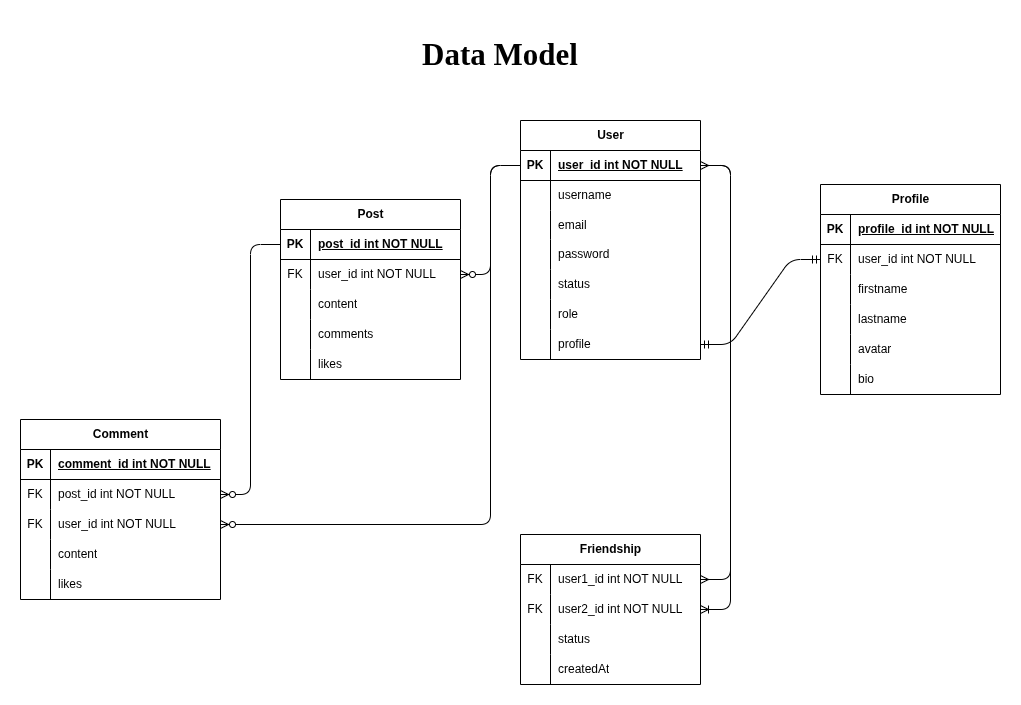
Above: __docs__/dataModel.png in marefpceo/odin-book-server (draw.io), before the change. Source tidied: cells renumbered, new cells last; positions are measured from the earlier drawing's top-left corner, leaving out a move shared by most shapes.
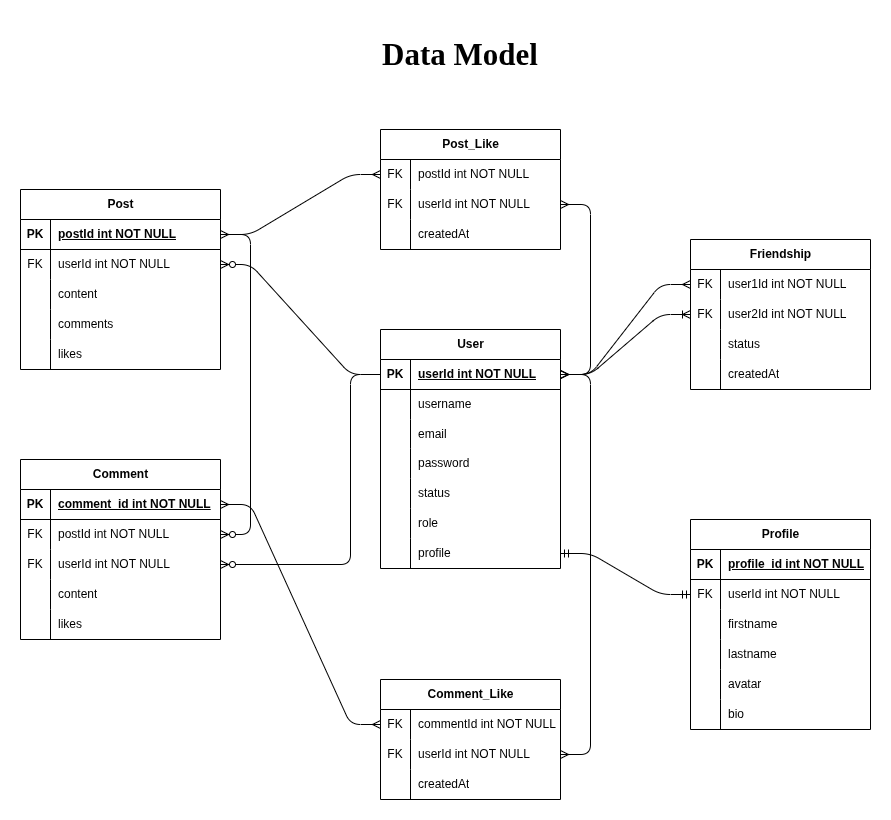
Above is the later version.

Commit message:
Updated datamodel to reflect schema

Change to the diagram source:
```diff
@@ -3,7 +3,7 @@
     <mxCell id="0" />
     <mxCell id="1" parent="0" />
     <mxCell id="2" value="User" style="shape=table;startSize=30;rowLines=0;fontStyle=1;align=center;html=1;" parent="1" vertex="1">
-      <mxGeometry x="500" y="91" width="180" height="239" as="geometry" />
+      <mxGeometry x="400" y="300" width="180" height="239" as="geometry" />
     </mxCell>
     <mxCell id="3" style="shape=tableRow;horizontal=0;startSize=0;swimlaneHead=0;swimlaneBody=0;fillColor=none;points=[[0,0.5],[1,0.5]];portConstraint=eastwest;top=0;left=0;right=0;bottom=1;" parent="2" vertex="1">
       <mxGeometry y="30" width="180" height="30" as="geometry" />
@@ -11,7 +11,7 @@
     <mxCell id="4" value="PK" style="shape=partialRectangle;fillColor=none;top=0;left=0;bottom=0;right=0;fontStyle=1;overflow=hidden;whiteSpace=wrap;html=1;" parent="3" vertex="1">
       <mxGeometry width="30" height="30" as="geometry" />
     </mxCell>
-    <mxCell id="5" value="user_id int NOT NULL" style="shape=partialRectangle;fillColor=none;top=0;left=0;bottom=0;right=0;align=left;spacingLeft=6;fontStyle=5;overflow=hidden;whiteSpace=wrap;html=1;" parent="3" vertex="1">
+    <mxCell id="5" value="userId int NOT NULL" style="shape=partialRectangle;fillColor=none;top=0;left=0;bottom=0;right=0;align=left;spacingLeft=6;fontStyle=5;overflow=hidden;whiteSpace=wrap;html=1;" parent="3" vertex="1">
       <mxGeometry x="30" width="150" height="30" as="geometry" />
     </mxCell>
     <mxCell id="6" style="shape=tableRow;horizontal=0;startSize=0;swimlaneHead=0;swimlaneBody=0;fillColor=none;top=0;left=0;right=0;bottom=0;" parent="2" vertex="1">
@@ -69,7 +69,7 @@
       <mxGeometry x="30" width="150" height="30" as="geometry" />
     </mxCell>
     <mxCell id="24" value="Profile" style="shape=table;startSize=30;rowLines=0;fontStyle=1;align=center;html=1;" parent="1" vertex="1">
-      <mxGeometry x="800" y="155" width="180" height="210" as="geometry" />
+      <mxGeometry x="710" y="490" width="180" height="210" as="geometry" />
     </mxCell>
     <mxCell id="25" style="shape=tableRow;horizontal=0;startSize=0;swimlaneHead=0;swimlaneBody=0;fillColor=none;top=0;left=0;right=0;bottom=1;" parent="24" vertex="1">
       <mxGeometry y="30" width="180" height="30" as="geometry" />
@@ -86,7 +86,7 @@
     <mxCell id="29" value="FK" style="shape=partialRectangle;fillColor=none;top=0;left=0;bottom=0;right=0;fontStyle=0;overflow=hidden;whiteSpace=wrap;html=1;" parent="28" vertex="1">
       <mxGeometry width="30" height="30" as="geometry" />
     </mxCell>
-    <mxCell id="30" value="user_id int NOT NULL" style="shape=partialRectangle;fillColor=none;top=0;left=0;bottom=0;right=0;align=left;spacingLeft=6;fontStyle=0;overflow=hidden;whiteSpace=wrap;html=1;" parent="28" vertex="1">
+    <mxCell id="30" value="userId int NOT NULL" style="shape=partialRectangle;fillColor=none;top=0;left=0;bottom=0;right=0;align=left;spacingLeft=6;fontStyle=0;overflow=hidden;whiteSpace=wrap;html=1;" parent="28" vertex="1">
       <mxGeometry x="30" width="150" height="30" as="geometry" />
     </mxCell>
     <mxCell id="31" style="shape=tableRow;horizontal=0;startSize=0;swimlaneHead=0;swimlaneBody=0;fillColor=none;top=0;left=0;right=0;bottom=0;" parent="24" vertex="1">
@@ -129,55 +129,55 @@
       <mxGeometry relative="1" as="geometry" />
     </mxCell>
     <mxCell id="44" value="Post" style="shape=table;startSize=30;rowLines=0;fontStyle=1;align=center;html=1;" parent="1" vertex="1">
-      <mxGeometry x="260" y="170" width="180" height="180" as="geometry" />
+      <mxGeometry x="40" y="160" width="200" height="180" as="geometry" />
     </mxCell>
     <mxCell id="45" style="shape=tableRow;horizontal=0;startSize=0;swimlaneHead=0;swimlaneBody=0;fillColor=none;points=[[0,0.5],[1,0.5]];portConstraint=eastwest;top=0;left=0;right=0;bottom=1;" parent="44" vertex="1">
-      <mxGeometry y="30" width="180" height="30" as="geometry" />
+      <mxGeometry y="30" width="200" height="30" as="geometry" />
     </mxCell>
     <mxCell id="46" value="PK" style="shape=partialRectangle;fillColor=none;top=0;left=0;bottom=0;right=0;fontStyle=1;overflow=hidden;whiteSpace=wrap;html=1;" parent="45" vertex="1">
       <mxGeometry width="30" height="30" as="geometry" />
     </mxCell>
-    <mxCell id="47" value="post_id int NOT NULL" style="shape=partialRectangle;fillColor=none;top=0;left=0;bottom=0;right=0;align=left;spacingLeft=6;fontStyle=5;overflow=hidden;whiteSpace=wrap;html=1;" parent="45" vertex="1">
-      <mxGeometry x="30" width="150" height="30" as="geometry" />
+    <mxCell id="47" value="postId int NOT NULL" style="shape=partialRectangle;fillColor=none;top=0;left=0;bottom=0;right=0;align=left;spacingLeft=6;fontStyle=5;overflow=hidden;whiteSpace=wrap;html=1;" parent="45" vertex="1">
+      <mxGeometry x="30" width="170" height="30" as="geometry" />
     </mxCell>
     <mxCell id="48" style="shape=tableRow;horizontal=0;startSize=0;swimlaneHead=0;swimlaneBody=0;fillColor=none;points=[[0,0.5],[1,0.5]];portConstraint=eastwest;top=0;left=0;right=0;bottom=0;" parent="44" vertex="1">
-      <mxGeometry y="60" width="180" height="30" as="geometry" />
+      <mxGeometry y="60" width="200" height="30" as="geometry" />
     </mxCell>
     <mxCell id="49" value="FK" style="shape=partialRectangle;fillColor=none;top=0;left=0;bottom=0;right=0;fontStyle=0;overflow=hidden;whiteSpace=wrap;html=1;" parent="48" vertex="1">
       <mxGeometry width="30" height="30" as="geometry" />
     </mxCell>
-    <mxCell id="50" value="user_id int NOT NULL" style="shape=partialRectangle;fillColor=none;top=0;left=0;bottom=0;right=0;align=left;spacingLeft=6;fontStyle=0;overflow=hidden;whiteSpace=wrap;html=1;" parent="48" vertex="1">
-      <mxGeometry x="30" width="150" height="30" as="geometry" />
+    <mxCell id="50" value="userId int NOT NULL" style="shape=partialRectangle;fillColor=none;top=0;left=0;bottom=0;right=0;align=left;spacingLeft=6;fontStyle=0;overflow=hidden;whiteSpace=wrap;html=1;" parent="48" vertex="1">
+      <mxGeometry x="30" width="170" height="30" as="geometry" />
     </mxCell>
     <mxCell id="51" style="shape=tableRow;horizontal=0;startSize=0;swimlaneHead=0;swimlaneBody=0;fillColor=none;top=0;left=0;right=0;bottom=0;" parent="44" vertex="1">
-      <mxGeometry y="90" width="180" height="30" as="geometry" />
+      <mxGeometry y="90" width="200" height="30" as="geometry" />
     </mxCell>
     <mxCell id="52" style="shape=partialRectangle;fillColor=none;top=0;left=0;bottom=0;right=0;overflow=hidden;whiteSpace=wrap;html=1;" parent="51" vertex="1">
       <mxGeometry width="30" height="30" as="geometry" />
     </mxCell>
     <mxCell id="53" value="content" style="shape=partialRectangle;fillColor=none;top=0;left=0;bottom=0;right=0;align=left;spacingLeft=6;overflow=hidden;whiteSpace=wrap;html=1;" parent="51" vertex="1">
-      <mxGeometry x="30" width="150" height="30" as="geometry" />
+      <mxGeometry x="30" width="170" height="30" as="geometry" />
     </mxCell>
     <mxCell id="54" style="shape=tableRow;horizontal=0;startSize=0;swimlaneHead=0;swimlaneBody=0;fillColor=none;top=0;left=0;right=0;bottom=0;" parent="44" vertex="1">
-      <mxGeometry y="120" width="180" height="30" as="geometry" />
+      <mxGeometry y="120" width="200" height="30" as="geometry" />
     </mxCell>
     <mxCell id="55" style="shape=partialRectangle;fillColor=none;top=0;left=0;bottom=0;right=0;overflow=hidden;whiteSpace=wrap;html=1;" parent="54" vertex="1">
       <mxGeometry width="30" height="30" as="geometry" />
     </mxCell>
     <mxCell id="56" value="comments" style="shape=partialRectangle;fillColor=none;top=0;left=0;bottom=0;right=0;align=left;spacingLeft=6;overflow=hidden;whiteSpace=wrap;html=1;" parent="54" vertex="1">
-      <mxGeometry x="30" width="150" height="30" as="geometry" />
+      <mxGeometry x="30" width="170" height="30" as="geometry" />
     </mxCell>
     <mxCell id="57" style="shape=tableRow;horizontal=0;startSize=0;swimlaneHead=0;swimlaneBody=0;fillColor=none;top=0;left=0;right=0;bottom=0;" parent="44" vertex="1">
-      <mxGeometry y="150" width="180" height="30" as="geometry" />
+      <mxGeometry y="150" width="200" height="30" as="geometry" />
     </mxCell>
     <mxCell id="58" style="shape=partialRectangle;fillColor=none;top=0;left=0;bottom=0;right=0;overflow=hidden;whiteSpace=wrap;html=1;" parent="57" vertex="1">
       <mxGeometry width="30" height="30" as="geometry" />
     </mxCell>
     <mxCell id="59" value="likes" style="shape=partialRectangle;fillColor=none;top=0;left=0;bottom=0;right=0;align=left;spacingLeft=6;overflow=hidden;whiteSpace=wrap;html=1;" parent="57" vertex="1">
-      <mxGeometry x="30" width="150" height="30" as="geometry" />
+      <mxGeometry x="30" width="170" height="30" as="geometry" />
     </mxCell>
     <mxCell id="60" value="Comment" style="shape=table;startSize=30;rowLines=0;fontStyle=1;align=center;html=1;" parent="1" vertex="1">
-      <mxGeometry y="390" width="200" height="180" as="geometry" />
+      <mxGeometry x="40" y="430" width="200" height="180" as="geometry" />
     </mxCell>
     <mxCell id="61" style="shape=tableRow;horizontal=0;startSize=0;swimlaneHead=0;swimlaneBody=0;fillColor=none;points=[[0,0.5],[1,0.5]];portConstraint=eastwest;top=0;left=0;right=0;bottom=1;" parent="60" vertex="1">
       <mxGeometry y="30" width="200" height="30" as="geometry" />
@@ -194,7 +194,7 @@
     <mxCell id="65" value="FK" style="shape=partialRectangle;fillColor=none;top=0;left=0;bottom=0;right=0;fontStyle=0;overflow=hidden;whiteSpace=wrap;html=1;" parent="64" vertex="1">
       <mxGeometry width="30" height="30" as="geometry" />
     </mxCell>
-    <mxCell id="66" value="post_id int NOT NULL" style="shape=partialRectangle;fillColor=none;top=0;left=0;bottom=0;right=0;align=left;spacingLeft=6;fontStyle=0;overflow=hidden;whiteSpace=wrap;html=1;" parent="64" vertex="1">
+    <mxCell id="66" value="postId int NOT NULL" style="shape=partialRectangle;fillColor=none;top=0;left=0;bottom=0;right=0;align=left;spacingLeft=6;fontStyle=0;overflow=hidden;whiteSpace=wrap;html=1;" parent="64" vertex="1">
       <mxGeometry x="30" width="170" height="30" as="geometry" />
     </mxCell>
     <mxCell id="67" style="shape=tableRow;horizontal=0;startSize=0;swimlaneHead=0;swimlaneBody=0;fillColor=none;points=[[0,0.5],[1,0.5]];portConstraint=eastwest;top=0;left=0;right=0;bottom=0;" parent="60" vertex="1">
@@ -203,7 +203,7 @@
     <mxCell id="68" value="FK" style="shape=partialRectangle;fillColor=none;top=0;left=0;bottom=0;right=0;overflow=hidden;whiteSpace=wrap;html=1;" parent="67" vertex="1">
       <mxGeometry width="30" height="30" as="geometry" />
     </mxCell>
-    <mxCell id="69" value="user_id int NOT NULL" style="shape=partialRectangle;fillColor=none;top=0;left=0;bottom=0;right=0;align=left;spacingLeft=6;overflow=hidden;whiteSpace=wrap;html=1;" parent="67" vertex="1">
+    <mxCell id="69" value="userId int NOT NULL" style="shape=partialRectangle;fillColor=none;top=0;left=0;bottom=0;right=0;align=left;spacingLeft=6;overflow=hidden;whiteSpace=wrap;html=1;" parent="67" vertex="1">
       <mxGeometry x="30" width="170" height="30" as="geometry" />
     </mxCell>
     <mxCell id="70" style="shape=tableRow;horizontal=0;startSize=0;swimlaneHead=0;swimlaneBody=0;fillColor=none;top=0;left=0;right=0;bottom=0;" parent="60" vertex="1">
@@ -225,7 +225,7 @@
       <mxGeometry x="30" width="170" height="30" as="geometry" />
     </mxCell>
     <mxCell id="76" value="Friendship" style="shape=table;startSize=30;rowLines=0;fontStyle=1;align=center;html=1;" parent="1" vertex="1">
-      <mxGeometry x="500" y="505" width="180" height="150" as="geometry" />
+      <mxGeometry x="710" y="210" width="180" height="150" as="geometry" />
     </mxCell>
     <mxCell id="77" style="shape=tableRow;horizontal=0;startSize=0;swimlaneHead=0;swimlaneBody=0;fillColor=none;points=[[0,0.5],[1,0.5]];portConstraint=eastwest;top=0;left=0;right=0;bottom=0;" parent="76" vertex="1">
       <mxGeometry y="30" width="180" height="30" as="geometry" />
@@ -233,7 +233,7 @@
     <mxCell id="78" value="FK" style="shape=partialRectangle;fillColor=none;top=0;left=0;bottom=0;right=0;fontStyle=0;overflow=hidden;whiteSpace=wrap;html=1;" parent="77" vertex="1">
       <mxGeometry width="30" height="30" as="geometry" />
     </mxCell>
-    <mxCell id="79" value="user1_id int NOT NULL" style="shape=partialRectangle;fillColor=none;top=0;left=0;bottom=0;right=0;align=left;spacingLeft=6;fontStyle=0;overflow=hidden;whiteSpace=wrap;html=1;" parent="77" vertex="1">
+    <mxCell id="79" value="user1Id int NOT NULL" style="shape=partialRectangle;fillColor=none;top=0;left=0;bottom=0;right=0;align=left;spacingLeft=6;fontStyle=0;overflow=hidden;whiteSpace=wrap;html=1;" parent="77" vertex="1">
       <mxGeometry x="30" width="150" height="30" as="geometry" />
     </mxCell>
     <mxCell id="80" style="shape=tableRow;horizontal=0;startSize=0;swimlaneHead=0;swimlaneBody=0;fillColor=none;points=[[0,0.5],[1,0.5]];portConstraint=eastwest;top=0;left=0;right=0;bottom=0;" parent="76" vertex="1">
@@ -242,7 +242,7 @@
     <mxCell id="81" value="FK" style="shape=partialRectangle;fillColor=none;top=0;left=0;bottom=0;right=0;fontStyle=0;overflow=hidden;whiteSpace=wrap;html=1;" parent="80" vertex="1">
       <mxGeometry width="30" height="30" as="geometry" />
     </mxCell>
-    <mxCell id="82" value="user2_id int NOT NULL" style="shape=partialRectangle;fillColor=none;top=0;left=0;bottom=0;right=0;align=left;spacingLeft=6;fontStyle=0;overflow=hidden;whiteSpace=wrap;html=1;" parent="80" vertex="1">
+    <mxCell id="82" value="user2Id int NOT NULL" style="shape=partialRectangle;fillColor=none;top=0;left=0;bottom=0;right=0;align=left;spacingLeft=6;fontStyle=0;overflow=hidden;whiteSpace=wrap;html=1;" parent="80" vertex="1">
       <mxGeometry x="30" width="150" height="30" as="geometry" />
     </mxCell>
     <mxCell id="83" style="shape=tableRow;horizontal=0;startSize=0;swimlaneHead=0;swimlaneBody=0;fillColor=none;top=0;left=0;right=0;bottom=0;" parent="76" vertex="1">
@@ -272,30 +272,119 @@
     <mxCell id="91" style="edgeStyle=entityRelationEdgeStyle;fontSize=12;html=1;endArrow=ERmany;startArrow=ERmany;" parent="1" edge="1" source="77" target="3">
       <mxGeometry relative="1" as="geometry">
         <Array as="points">
-          <mxPoint x="620" y="420" />
-          <mxPoint x="660" y="420" />
-          <mxPoint x="740" y="410" />
+          <mxPoint x="520" y="450" />
+          <mxPoint x="560" y="450" />
+          <mxPoint x="640" y="440" />
         </Array>
       </mxGeometry>
     </mxCell>
     <mxCell id="92" style="edgeStyle=entityRelationEdgeStyle;fontSize=12;html=1;endArrow=ERoneToMany;" parent="1" edge="1" source="3" target="80">
       <mxGeometry relative="1" as="geometry">
         <Array as="points">
-          <mxPoint x="365" y="496" />
-          <mxPoint x="330" y="506" />
-          <mxPoint x="375" y="466" />
+          <mxPoint x="265" y="526" />
+          <mxPoint x="230" y="536" />
+          <mxPoint x="275" y="496" />
         </Array>
       </mxGeometry>
     </mxCell>
     <mxCell id="93" style="edgeStyle=elbowEdgeStyle;fontSize=12;html=1;endArrow=ERzeroToMany;endFill=1;jumpStyle=none;strokeColor=default;" parent="1" edge="1" source="3" target="67">
       <mxGeometry relative="1" as="geometry">
         <Array as="points">
-          <mxPoint x="470" y="390" />
+          <mxPoint x="370" y="420" />
         </Array>
       </mxGeometry>
     </mxCell>
     <mxCell id="94" value="&lt;h1&gt;&lt;font face=&quot;Comic Sans MS&quot; style=&quot;font-size: 31px;&quot;&gt;&lt;b style=&quot;&quot;&gt;Data Model&lt;/b&gt;&lt;/font&gt;&lt;/h1&gt;" style="text;html=1;align=center;verticalAlign=middle;whiteSpace=wrap;rounded=0;" parent="1" vertex="1">
       <mxGeometry x="360" width="240" height="50" as="geometry" />
     </mxCell>
+    <mxCell id="95" value="Post_Like" style="shape=table;startSize=30;rowLines=0;fontStyle=1;align=center;html=1;" parent="1" vertex="1">
+      <mxGeometry x="400" y="100" width="180" height="120" as="geometry" />
+    </mxCell>
+    <mxCell id="96" style="shape=tableRow;horizontal=0;startSize=0;swimlaneHead=0;swimlaneBody=0;fillColor=none;points=[[0,0.5],[1,0.5]];portConstraint=eastwest;top=0;left=0;right=0;bottom=0;" parent="95" vertex="1">
+      <mxGeometry y="30" width="180" height="30" as="geometry" />
+    </mxCell>
+    <mxCell id="97" value="FK" style="shape=partialRectangle;fillColor=none;top=0;left=0;bottom=0;right=0;fontStyle=0;overflow=hidden;whiteSpace=wrap;html=1;" parent="96" vertex="1">
+      <mxGeometry width="30" height="30" as="geometry" />
+    </mxCell>
+    <mxCell id="98" value="postId int NOT NULL" style="shape=partialRectangle;fillColor=none;top=0;left=0;bottom=0;right=0;align=left;spacingLeft=6;fontStyle=0;overflow=hidden;whiteSpace=wrap;html=1;" parent="96" vertex="1">
+      <mxGeometry x="30" width="150" height="30" as="geometry" />
+    </mxCell>
+    <mxCell id="99" style="shape=tableRow;horizontal=0;startSize=0;swimlaneHead=0;swimlaneBody=0;fillColor=none;points=[[0,0.5],[1,0.5]];portConstraint=eastwest;top=0;left=0;right=0;bottom=0;" parent="95" vertex="1">
+      <mxGeometry y="60" width="180" height="30" as="geometry" />
+    </mxCell>
+    <mxCell id="100" value="FK" style="shape=partialRectangle;fillColor=none;top=0;left=0;bottom=0;right=0;fontStyle=0;overflow=hidden;whiteSpace=wrap;html=1;" parent="99" vertex="1">
+      <mxGeometry width="30" height="30" as="geometry" />
+    </mxCell>
+    <mxCell id="101" value="userId int NOT NULL" style="shape=partialRectangle;fillColor=none;top=0;left=0;bottom=0;right=0;align=left;spacingLeft=6;fontStyle=0;overflow=hidden;whiteSpace=wrap;html=1;" parent="99" vertex="1">
+      <mxGeometry x="30" width="150" height="30" as="geometry" />
+    </mxCell>
+    <mxCell id="102" style="shape=tableRow;horizontal=0;startSize=0;swimlaneHead=0;swimlaneBody=0;fillColor=none;top=0;left=0;right=0;bottom=0;" parent="95" vertex="1">
+      <mxGeometry y="90" width="180" height="30" as="geometry" />
+    </mxCell>
+    <mxCell id="103" style="shape=partialRectangle;fillColor=none;top=0;left=0;bottom=0;right=0;overflow=hidden;whiteSpace=wrap;html=1;" parent="102" vertex="1">
+      <mxGeometry width="30" height="30" as="geometry" />
+    </mxCell>
+    <mxCell id="104" value="createdAt" style="shape=partialRectangle;fillColor=none;top=0;left=0;bottom=0;right=0;align=left;spacingLeft=6;overflow=hidden;whiteSpace=wrap;html=1;" parent="102" vertex="1">
+      <mxGeometry x="30" width="150" height="30" as="geometry" />
+    </mxCell>
+    <mxCell id="105" value="Comment_Like" style="shape=table;startSize=30;rowLines=0;fontStyle=1;align=center;html=1;" parent="1" vertex="1">
+      <mxGeometry x="400" y="650" width="180" height="120" as="geometry" />
+    </mxCell>
+    <mxCell id="106" style="shape=tableRow;horizontal=0;startSize=0;swimlaneHead=0;swimlaneBody=0;fillColor=none;points=[[0,0.5],[1,0.5]];portConstraint=eastwest;top=0;left=0;right=0;bottom=0;" parent="105" vertex="1">
+      <mxGeometry y="30" width="180" height="30" as="geometry" />
+    </mxCell>
+    <mxCell id="107" value="FK" style="shape=partialRectangle;fillColor=none;top=0;left=0;bottom=0;right=0;fontStyle=0;overflow=hidden;whiteSpace=wrap;html=1;" parent="106" vertex="1">
+      <mxGeometry width="30" height="30" as="geometry" />
+    </mxCell>
+    <mxCell id="108" value="commentId int NOT NULL" style="shape=partialRectangle;fillColor=none;top=0;left=0;bottom=0;right=0;align=left;spacingLeft=6;fontStyle=0;overflow=hidden;whiteSpace=wrap;html=1;" parent="106" vertex="1">
+      <mxGeometry x="30" width="150" height="30" as="geometry" />
+    </mxCell>
+    <mxCell id="109" style="shape=tableRow;horizontal=0;startSize=0;swimlaneHead=0;swimlaneBody=0;fillColor=none;points=[[0,0.5],[1,0.5]];portConstraint=eastwest;top=0;left=0;right=0;bottom=0;" parent="105" vertex="1">
+      <mxGeometry y="60" width="180" height="30" as="geometry" />
+    </mxCell>
+    <mxCell id="110" value="FK" style="shape=partialRectangle;fillColor=none;top=0;left=0;bottom=0;right=0;fontStyle=0;overflow=hidden;whiteSpace=wrap;html=1;" parent="109" vertex="1">
+      <mxGeometry width="30" height="30" as="geometry" />
+    </mxCell>
+    <mxCell id="111" value="userId int NOT NULL" style="shape=partialRectangle;fillColor=none;top=0;left=0;bottom=0;right=0;align=left;spacingLeft=6;fontStyle=0;overflow=hidden;whiteSpace=wrap;html=1;" parent="109" vertex="1">
+      <mxGeometry x="30" width="150" height="30" as="geometry" />
+    </mxCell>
+    <mxCell id="112" style="shape=tableRow;horizontal=0;startSize=0;swimlaneHead=0;swimlaneBody=0;fillColor=none;top=0;left=0;right=0;bottom=0;" parent="105" vertex="1">
+      <mxGeometry y="90" width="180" height="30" as="geometry" />
+    </mxCell>
+    <mxCell id="113" style="shape=partialRectangle;fillColor=none;top=0;left=0;bottom=0;right=0;overflow=hidden;whiteSpace=wrap;html=1;" parent="112" vertex="1">
+      <mxGeometry width="30" height="30" as="geometry" />
+    </mxCell>
+    <mxCell id="114" value="createdAt" style="shape=partialRectangle;fillColor=none;top=0;left=0;bottom=0;right=0;align=left;spacingLeft=6;overflow=hidden;whiteSpace=wrap;html=1;" parent="112" vertex="1">
+      <mxGeometry x="30" width="150" height="30" as="geometry" />
+    </mxCell>
+    <mxCell id="115" style="edgeStyle=entityRelationEdgeStyle;fontSize=12;html=1;endArrow=ERmany;startArrow=ERmany;" parent="1" edge="1" source="96" target="45">
+      <mxGeometry relative="1" as="geometry">
+        <Array as="points">
+          <mxPoint x="-70" y="260" />
+          <mxPoint x="-40" y="220" />
+          <mxPoint x="-60" y="230" />
+        </Array>
+      </mxGeometry>
+    </mxCell>
+    <mxCell id="116" style="edgeStyle=entityRelationEdgeStyle;fontSize=12;html=1;endArrow=ERmany;startArrow=ERmany;" parent="1" edge="1" source="106" target="61">
+      <mxGeometry relative="1" as="geometry">
+        <Array as="points">
+          <mxPoint x="170" y="750" />
+          <mxPoint x="200" y="710" />
+          <mxPoint x="-80" y="920" />
+        </Array>
+      </mxGeometry>
+    </mxCell>
+    <mxCell id="117" style="edgeStyle=entityRelationEdgeStyle;fontSize=12;html=1;endArrow=ERmany;startArrow=ERmany;" parent="1" edge="1" source="109" target="3">
+      <mxGeometry relative="1" as="geometry">
+        <Array as="points">
+          <mxPoint x="430" y="940" />
+          <mxPoint x="750" y="850" />
+        </Array>
+      </mxGeometry>
+    </mxCell>
+    <mxCell id="118" style="edgeStyle=entityRelationEdgeStyle;fontSize=12;html=1;endArrow=ERmany;startArrow=ERmany;" parent="1" edge="1" source="3" target="99">
+      <mxGeometry relative="1" as="geometry" />
+    </mxCell>
   </root>
 </mxGraphModel>
```
